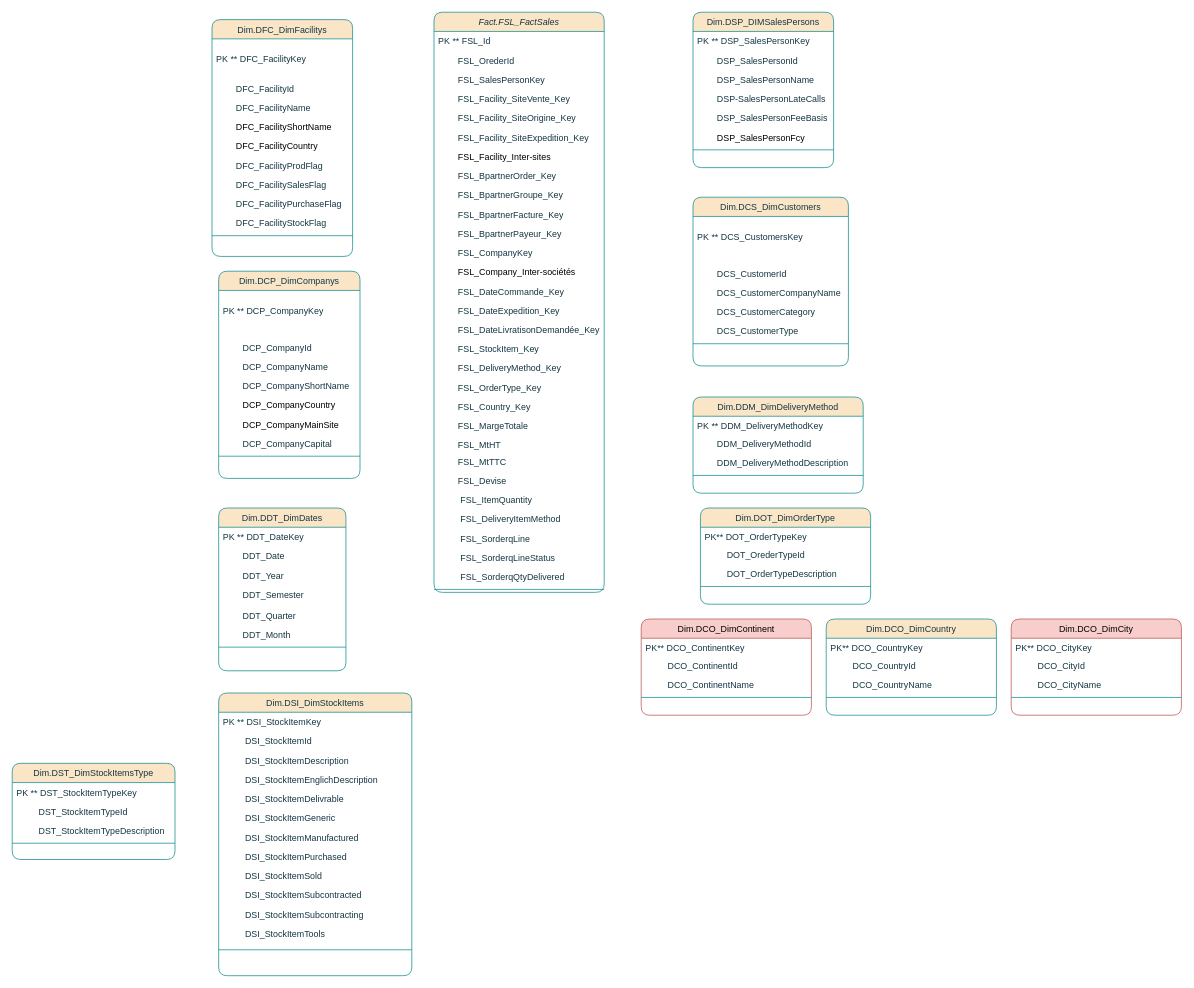
This is Diagramme de classe.drawio from BorchaniMohamed/BI_PROJECT_PFE, a draw.io file, before an edit. Source tidied: cells renumbered, new cells numbered last; positions are measured from the earlier drawing's top-left corner, leaving out a move shared by most shapes. Both pictures are drawn from the tidied source at 74%, with x=0, y=0 at pixel (12, 12).
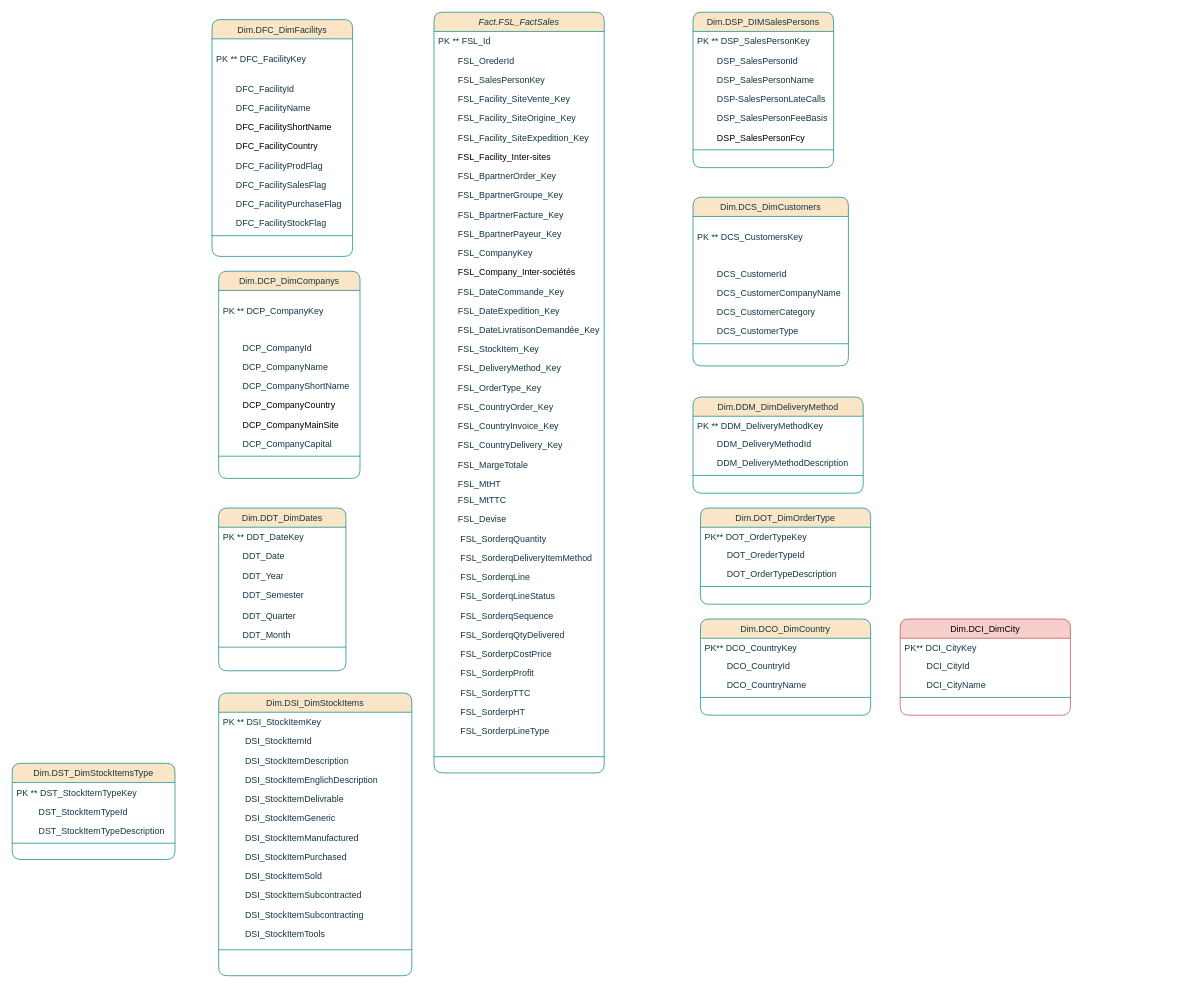
Above is the later version.

Commit message:
Mettre à jour Diagramme de classe.drawio

Change to the diagram source:
```diff
@@
     <mxCell id="2" value="Fact.FSL_FactSales" style="swimlane;fontStyle=2;align=center;verticalAlign=top;horizontal=1;startSize=26;rounded=1;shadow=0;strokeWidth=1;labelBackgroundColor=none;fillColor=#FAE5C7;strokeColor=#0F8B8D;fontColor=#143642;" parent="1" vertex="1">
-      <mxGeometry x="570" width="230" height="784" as="geometry" />
+      <mxGeometry x="570" width="230" height="1028" as="geometry" />
     </mxCell>
@@
-    <mxCell id="22" value="        FSL_Country_Key" style="text;align=left;verticalAlign=top;spacingLeft=4;spacingRight=4;overflow=hidden;rounded=1;shadow=0;html=0;labelBackgroundColor=none;fontColor=#143642;" parent="2" vertex="1">
+    <mxCell id="22" value="        FSL_CountryOrder_Key" style="text;align=left;verticalAlign=top;spacingLeft=4;spacingRight=4;overflow=hidden;rounded=1;shadow=0;html=0;labelBackgroundColor=none;fontColor=#143642;" parent="2" vertex="1">
       <mxGeometry y="520" width="230" height="26" as="geometry" />
     </mxCell>
+    <mxCell id="120" value="        FSL_CountryInvoice_Key" style="text;align=left;verticalAlign=top;spacingLeft=4;spacingRight=4;overflow=hidden;rounded=1;shadow=0;html=0;labelBackgroundColor=none;fontColor=#143642;" parent="2" vertex="1">
+      <mxGeometry y="546" width="230" height="26" as="geometry" />
+    </mxCell>
+    <mxCell id="121" value="        FSL_CountryDelivery_Key" style="text;align=left;verticalAlign=top;spacingLeft=4;spacingRight=4;overflow=hidden;rounded=1;shadow=0;html=0;labelBackgroundColor=none;fontColor=#143642;" parent="2" vertex="1">
+      <mxGeometry y="572" width="230" height="26" as="geometry" />
+    </mxCell>
     <mxCell id="23" value="        FSL_MargeTotale" style="text;align=left;verticalAlign=top;spacingLeft=4;spacingRight=4;overflow=hidden;rounded=1;shadow=0;html=0;labelBackgroundColor=none;fontColor=#143642;" parent="2" vertex="1">
-      <mxGeometry y="546" width="230" height="26" as="geometry" />
+      <mxGeometry y="598" width="230" height="26" as="geometry" />
     </mxCell>
     <mxCell id="24" value="        FSL_MtHT" style="text;align=left;verticalAlign=top;spacingLeft=4;spacingRight=4;overflow=hidden;rounded=1;shadow=0;html=0;labelBackgroundColor=none;fontColor=#143642;" parent="2" vertex="1">
-      <mxGeometry y="572" width="230" height="22" as="geometry" />
+      <mxGeometry y="624" width="230" height="22" as="geometry" />
     </mxCell>
     <mxCell id="25" value="        FSL_MtTTC" style="text;align=left;verticalAlign=top;spacingLeft=4;spacingRight=4;overflow=hidden;rounded=1;shadow=0;html=0;labelBackgroundColor=none;fontColor=#143642;" parent="2" vertex="1">
-      <mxGeometry y="594" width="230" height="26" as="geometry" />
+      <mxGeometry y="646" width="230" height="26" as="geometry" />
     </mxCell>
     <mxCell id="26" value="        FSL_Devise" style="text;align=left;verticalAlign=top;spacingLeft=4;spacingRight=4;overflow=hidden;rounded=1;shadow=0;html=0;labelBackgroundColor=none;fontColor=#143642;" parent="2" vertex="1">
-      <mxGeometry y="620" width="230" height="26" as="geometry" />
+      <mxGeometry y="672" width="230" height="26" as="geometry" />
     </mxCell>
-    <mxCell id="27" value="         FSL_ItemQuantity" style="text;align=left;verticalAlign=top;spacingLeft=4;spacingRight=4;overflow=hidden;rounded=1;shadow=0;html=0;labelBackgroundColor=none;fontColor=#143642;" parent="2" vertex="1">
-      <mxGeometry y="646" width="230" height="26" as="geometry" />
+    <mxCell id="27" value="         FSL_SorderqQuantity" style="text;align=left;verticalAlign=top;spacingLeft=4;spacingRight=4;overflow=hidden;rounded=1;shadow=0;html=0;labelBackgroundColor=none;fontColor=#143642;" parent="2" vertex="1">
+      <mxGeometry y="698" width="230" height="26" as="geometry" />
     </mxCell>
-    <mxCell id="28" value="         FSL_DeliveryItemMethod" style="text;align=left;verticalAlign=top;spacingLeft=4;spacingRight=4;overflow=hidden;rounded=1;shadow=0;html=0;labelBackgroundColor=none;fontColor=#143642;" parent="2" vertex="1">
-      <mxGeometry y="672" width="230" height="26" as="geometry" />
+    <mxCell id="28" value="         FSL_SorderqDeliveryItemMethod" style="text;align=left;verticalAlign=top;spacingLeft=4;spacingRight=4;overflow=hidden;rounded=1;shadow=0;html=0;labelBackgroundColor=none;fontColor=#143642;" parent="2" vertex="1">
+      <mxGeometry y="724" width="230" height="26" as="geometry" />
     </mxCell>
     <mxCell id="29" value="         FSL_SorderqLine" style="text;align=left;verticalAlign=top;spacingLeft=4;spacingRight=4;overflow=hidden;rounded=1;shadow=0;html=0;labelBackgroundColor=none;fontColor=#143642;" parent="2" vertex="1">
-      <mxGeometry y="698" width="230" height="26" as="geometry" />
+      <mxGeometry y="750" width="230" height="26" as="geometry" />
     </mxCell>
     <mxCell id="30" value="         FSL_SorderqLineStatus" style="text;align=left;verticalAlign=top;spacingLeft=4;spacingRight=4;overflow=hidden;rounded=1;shadow=0;html=0;labelBackgroundColor=none;fontColor=#143642;" parent="2" vertex="1">
-      <mxGeometry y="724" width="230" height="26" as="geometry" />
+      <mxGeometry y="776" width="230" height="26" as="geometry" />
     </mxCell>
+    <mxCell id="122" value="         FSL_SorderqSequence" style="text;align=left;verticalAlign=top;spacingLeft=4;spacingRight=4;overflow=hidden;rounded=1;shadow=0;html=0;labelBackgroundColor=none;fontColor=#143642;" parent="2" vertex="1">
+      <mxGeometry y="802" width="230" height="26" as="geometry" />
+    </mxCell>
     <mxCell id="31" value="         FSL_SorderqQtyDelivered" style="text;align=left;verticalAlign=top;spacingLeft=4;spacingRight=4;overflow=hidden;rounded=1;shadow=0;html=0;labelBackgroundColor=none;fontColor=#143642;" parent="2" vertex="1">
-      <mxGeometry y="750" width="230" height="26" as="geometry" />
+      <mxGeometry y="828" width="230" height="26" as="geometry" />
     </mxCell>
+    <mxCell id="123" value="         FSL_SorderpCostPrice" style="text;align=left;verticalAlign=top;spacingLeft=4;spacingRight=4;overflow=hidden;rounded=1;shadow=0;html=0;labelBackgroundColor=none;fontColor=#143642;" parent="2" vertex="1">
+      <mxGeometry y="854" width="230" height="26" as="geometry" />
+    </mxCell>
+    <mxCell id="124" value="         FSL_SorderpProfit" style="text;align=left;verticalAlign=top;spacingLeft=4;spacingRight=4;overflow=hidden;rounded=1;shadow=0;html=0;labelBackgroundColor=none;fontColor=#143642;" parent="2" vertex="1">
+      <mxGeometry y="880" width="230" height="26" as="geometry" />
+    </mxCell>
+    <mxCell id="125" value="         FSL_SorderpTTC" style="text;align=left;verticalAlign=top;spacingLeft=4;spacingRight=4;overflow=hidden;rounded=1;shadow=0;html=0;labelBackgroundColor=none;fontColor=#143642;" parent="2" vertex="1">
+      <mxGeometry y="906" width="230" height="26" as="geometry" />
+    </mxCell>
+    <mxCell id="126" value="         FSL_SorderpHT" style="text;align=left;verticalAlign=top;spacingLeft=4;spacingRight=4;overflow=hidden;rounded=1;shadow=0;html=0;labelBackgroundColor=none;fontColor=#143642;" parent="2" vertex="1">
+      <mxGeometry y="932" width="230" height="26" as="geometry" />
+    </mxCell>
+    <mxCell id="127" value="         FSL_SorderpLineType" style="text;align=left;verticalAlign=top;spacingLeft=4;spacingRight=4;overflow=hidden;rounded=1;shadow=0;html=0;labelBackgroundColor=none;fontColor=#143642;" parent="2" vertex="1">
+      <mxGeometry y="958" width="230" height="26" as="geometry" />
+    </mxCell>
     <mxCell id="32" style="line;html=1;strokeWidth=1;align=left;verticalAlign=middle;spacingTop=-1;spacingLeft=3;spacingRight=3;labelPosition=right;labelBackgroundColor=none;fillColor=#FAE5C7;strokeColor=#0F8B8D;fontColor=#143642;rounded=1;" parent="2" vertex="1">
-      <mxGeometry y="776" width="230" height="8" as="geometry" />
+      <mxGeometry y="984" width="230" height="44" as="geometry" />
     </mxCell>
@@
     <mxCell id="105" value="Dim.DCO_DimCountry" style="swimlane;fontStyle=0;align=center;verticalAlign=top;horizontal=1;startSize=26;rounded=1;shadow=0;strokeWidth=1;fillColor=#FAE5C7;strokeColor=#0F8B8D;labelBackgroundColor=none;fontColor=#143642;" parent="1" vertex="1">
-      <mxGeometry x="1100" y="820" width="230" height="130" as="geometry" />
+      <mxGeometry x="930" y="820" width="230" height="130" as="geometry" />
     </mxCell>
@@
-    <mxCell id="110" value="Dim.DCO_DimCity" style="swimlane;fontStyle=0;align=center;verticalAlign=top;horizontal=1;startSize=26;rounded=1;shadow=0;strokeWidth=1;fillColor=#f8cecc;strokeColor=#b85450;labelBackgroundColor=none;" parent="1" vertex="1">
-      <mxGeometry x="1350" y="820" width="230" height="130" as="geometry" />
+    <mxCell id="110" value="Dim.DCI_DimCity" style="swimlane;fontStyle=0;align=center;verticalAlign=top;horizontal=1;startSize=26;rounded=1;shadow=0;strokeWidth=1;fillColor=#f8cecc;strokeColor=#b85450;labelBackgroundColor=none;" parent="1" vertex="1">
+      <mxGeometry x="1200" y="820" width="230" height="130" as="geometry" />
     </mxCell>
-    <mxCell id="111" value="PK** DCO_CityKey&#10; " style="text;align=left;verticalAlign=top;spacingLeft=4;spacingRight=4;overflow=hidden;labelBackgroundColor=none;fontColor=#143642;rounded=1;" parent="110" vertex="1">
+    <mxCell id="111" value="PK** DCI_CityKey&#10; " style="text;align=left;verticalAlign=top;spacingLeft=4;spacingRight=4;overflow=hidden;labelBackgroundColor=none;fontColor=#143642;rounded=1;" parent="110" vertex="1">
       <mxGeometry y="26" width="230" height="24" as="geometry" />
     </mxCell>
-    <mxCell id="112" value="         DCO_CityId" style="text;align=left;verticalAlign=top;spacingLeft=4;spacingRight=4;overflow=hidden;labelBackgroundColor=none;fontColor=#143642;rounded=1;" parent="110" vertex="1">
+    <mxCell id="112" value="         DCI_CityId" style="text;align=left;verticalAlign=top;spacingLeft=4;spacingRight=4;overflow=hidden;labelBackgroundColor=none;fontColor=#143642;rounded=1;" parent="110" vertex="1">
       <mxGeometry y="50" width="230" height="26" as="geometry" />
     </mxCell>
-    <mxCell id="113" value="         DCO_CityName" style="text;align=left;verticalAlign=top;spacingLeft=4;spacingRight=4;overflow=hidden;labelBackgroundColor=none;fontColor=#143642;rounded=1;" parent="110" vertex="1">
+    <mxCell id="113" value="         DCI_CityName" style="text;align=left;verticalAlign=top;spacingLeft=4;spacingRight=4;overflow=hidden;labelBackgroundColor=none;fontColor=#143642;rounded=1;" parent="110" vertex="1">
       <mxGeometry y="76" width="230" height="26" as="geometry" />
     </mxCell>
@@
-    <mxCell id="115" value="Dim.DCO_DimContinent" style="swimlane;fontStyle=0;align=center;verticalAlign=top;horizontal=1;startSize=26;rounded=1;shadow=0;strokeWidth=1;fillColor=#f8cecc;strokeColor=#b85450;labelBackgroundColor=none;" parent="1" vertex="1">
-      <mxGeometry x="850" y="820" width="230" height="130" as="geometry" />
-    </mxCell>
-    <mxCell id="116" value="PK** DCO_ContinentKey&#10; " style="text;align=left;verticalAlign=top;spacingLeft=4;spacingRight=4;overflow=hidden;labelBackgroundColor=none;fontColor=#143642;rounded=1;" parent="115" vertex="1">
-      <mxGeometry y="26" width="230" height="24" as="geometry" />
-    </mxCell>
-    <mxCell id="117" value="         DCO_ContinentId" style="text;align=left;verticalAlign=top;spacingLeft=4;spacingRight=4;overflow=hidden;labelBackgroundColor=none;fontColor=#143642;rounded=1;" parent="115" vertex="1">
-      <mxGeometry y="50" width="230" height="26" as="geometry" />
-    </mxCell>
-    <mxCell id="118" value="         DCO_ContinentName" style="text;align=left;verticalAlign=top;spacingLeft=4;spacingRight=4;overflow=hidden;labelBackgroundColor=none;fontColor=#143642;rounded=1;" parent="115" vertex="1">
-      <mxGeometry y="76" width="230" height="26" as="geometry" />
-    </mxCell>
-    <mxCell id="119" style="line;html=1;strokeWidth=1;align=left;verticalAlign=middle;spacingTop=-1;spacingLeft=3;spacingRight=3;labelPosition=right;labelBackgroundColor=none;fillColor=#FAE5C7;strokeColor=#0F8B8D;fontColor=#143642;rounded=1;" parent="115" vertex="1">
-      <mxGeometry y="102" width="230" height="8" as="geometry" />
-    </mxCell>
```
